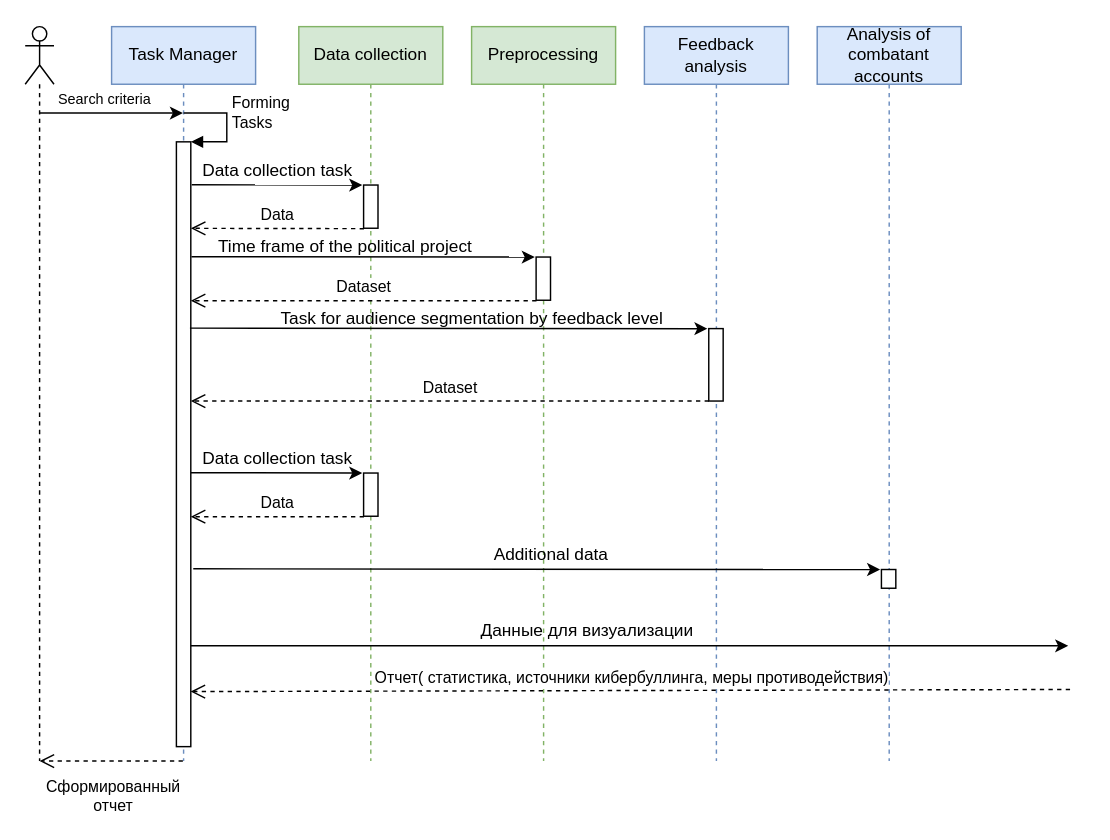
This is Copy of Методика кибербулинг Виткова.drawio.xml from LidiaISKIN/ISKIN, a draw.io file, before an edit. Source tidied: cells renumbered, new cells numbered last; positions are measured from the earlier drawing's top-left corner, leaving out a move shared by most shapes. Both pictures are drawn from the tidied source at 144%, with x=0, y=0 at pixel (24, 26).
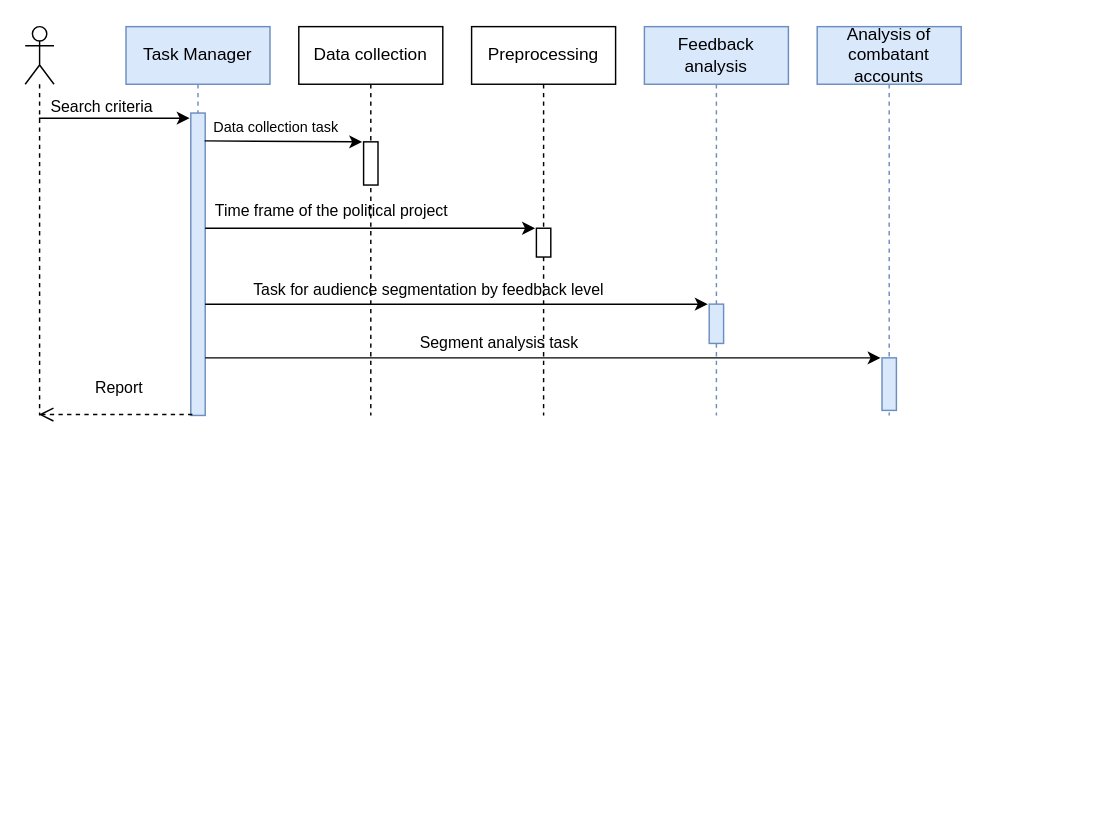
The same page after the edit.

What changed in the source:
```diff
@@
     <mxCell id="2" style="shape=umlLifeline;participant=umlActor;perimeter=lifelinePerimeter;whiteSpace=wrap;html=1;verticalAlign=top;spacingTop=36;outlineConnect=0;" parent="1" vertex="1">
-      <mxGeometry width="20" height="510" as="geometry" />
+      <mxGeometry width="20" height="270" as="geometry" />
     </mxCell>
     <mxCell id="3" value="Task Manager" style="shape=umlLifeline;perimeter=lifelinePerimeter;whiteSpace=wrap;html=1;outlineConnect=0;fillColor=#dae8fc;strokeColor=#6c8ebf;" parent="1" vertex="1">
-      <mxGeometry x="60" width="100" height="510" as="geometry" />
+      <mxGeometry x="70" width="100" height="270" as="geometry" />
     </mxCell>
-    <mxCell id="4" style="html=1;points=[];perimeter=orthogonalPerimeter;" parent="3" vertex="1">
-      <mxGeometry x="45" y="80" width="10" height="420" as="geometry" />
+    <mxCell id="4" style="html=1;points=[];perimeter=orthogonalPerimeter;fillColor=#dae8fc;strokeColor=#6c8ebf;" parent="3" vertex="1">
+      <mxGeometry x="45" y="60" width="10" height="210" as="geometry" />
     </mxCell>
-    <mxCell id="5" value="&lt;div&gt;Forming&lt;/div&gt;&lt;div&gt;Tasks&lt;/div&gt;" style="edgeStyle=orthogonalEdgeStyle;html=1;align=left;spacingLeft=2;endArrow=block;rounded=0;entryX=1;entryY=0;" parent="3" edge="1" target="4">
-      <mxGeometry x="-0.2" relative="1" as="geometry">
-        <mxPoint x="50" y="60" as="sourcePoint" />
-        <Array as="points">
-          <mxPoint x="80" y="60" />
-        </Array>
-      </mxGeometry>
-    </mxCell>
+    <mxCell id="18" value="&lt;font style=&quot;font-size: 10px;&quot;&gt;Data collection task&lt;/font&gt;" style="text;html=1;align=center;verticalAlign=middle;fontSize=10;" parent="3" vertex="1">
+      <mxGeometry x="54" y="60" width="100" height="20" as="geometry" />
+    </mxCell>
-    <mxCell id="6" value="Preprocessing" style="shape=umlLifeline;perimeter=lifelinePerimeter;whiteSpace=wrap;html=1;fillColor=#d5e8d4;strokeColor=#82b366;" parent="1" vertex="1">
-      <mxGeometry x="310" width="100" height="510" as="geometry" />
+    <mxCell id="6" value="Preprocessing" style="shape=umlLifeline;perimeter=lifelinePerimeter;whiteSpace=wrap;html=1;" parent="1" vertex="1">
+      <mxGeometry x="310" width="100" height="270" as="geometry" />
     </mxCell>
     <mxCell id="7" style="html=1;points=[];perimeter=orthogonalPerimeter;" parent="6" vertex="1">
-      <mxGeometry x="44.8" y="160" width="10" height="30" as="geometry" />
+      <mxGeometry x="45" y="140" width="10" height="20" as="geometry" />
     </mxCell>
+    <mxCell id="26" value="Segment analysis task" style="text;html=1;align=center;verticalAlign=middle;fontSize=11;" parent="6" vertex="1">
+      <mxGeometry x="-46" y="210" width="130" height="20" as="geometry" />
+    </mxCell>
     <mxCell id="8" value="Feedback analysis" style="shape=umlLifeline;perimeter=lifelinePerimeter;whiteSpace=wrap;html=1;fillColor=#dae8fc;strokeColor=#6c8ebf;" parent="1" vertex="1">
-      <mxGeometry x="430" width="100" height="510" as="geometry" />
+      <mxGeometry x="430" width="100" height="270" as="geometry" />
     </mxCell>
-    <mxCell id="9" style="html=1;points=[];perimeter=orthogonalPerimeter;" parent="8" vertex="1">
-      <mxGeometry x="44.7" y="209.7" width="10" height="50.3" as="geometry" />
+    <mxCell id="9" style="html=1;points=[];perimeter=orthogonalPerimeter;fillColor=#dae8fc;strokeColor=#6c8ebf;" parent="8" vertex="1">
+      <mxGeometry x="45" y="192.7" width="10" height="27.3" as="geometry" />
     </mxCell>
     <mxCell id="10" value="Analysis of combatant accounts" style="shape=umlLifeline;perimeter=lifelinePerimeter;whiteSpace=wrap;html=1;fillColor=#dae8fc;strokeColor=#6c8ebf;" parent="1" vertex="1">
-      <mxGeometry x="550" width="100" height="510" as="geometry" />
+      <mxGeometry x="550" width="100" height="270" as="geometry" />
     </mxCell>
-    <mxCell id="11" style="html=1;points=[];perimeter=orthogonalPerimeter;" parent="10" vertex="1">
-      <mxGeometry x="44.6" y="377" width="10" height="13" as="geometry" />
+    <mxCell id="11" style="html=1;points=[];perimeter=orthogonalPerimeter;fillColor=#dae8fc;strokeColor=#6c8ebf;" parent="10" vertex="1">
+      <mxGeometry x="45" y="230" width="10" height="36.5" as="geometry" />
     </mxCell>
-    <mxCell id="12" style="endArrow=classic;html=1;" parent="1" edge="1" target="3">
-      <mxGeometry relative="1" as="geometry">
-        <mxPoint x="10" y="60" as="sourcePoint" />
-      </mxGeometry>
+    <mxCell id="12" style="endArrow=classic;html=1;entryX=-0.074;entryY=0.017;entryDx=0;entryDy=0;entryPerimeter=0;" parent="1" edge="1" source="2" target="4">
+      <mxGeometry relative="1" as="geometry" />
     </mxCell>
-    <mxCell id="13" value="&lt;font style=&quot;font-size: 10px&quot;&gt;Search criteria&lt;/font&gt;" style="text;html=1;align=center;verticalAlign=middle;" parent="1" vertex="1">
-      <mxGeometry x="15" y="40" width="80" height="20" as="geometry" />
+    <mxCell id="13" value="&lt;font style=&quot;font-size: 11px;&quot;&gt;Search criteria&lt;/font&gt;" style="text;html=1;align=center;verticalAlign=middle;fontSize=11;" parent="1" vertex="1">
+      <mxGeometry x="8" y="46" width="90" height="20" as="geometry" />
     </mxCell>
-    <mxCell id="14" value="Data collection" style="shape=umlLifeline;perimeter=lifelinePerimeter;whiteSpace=wrap;html=1;fillColor=#d5e8d4;strokeColor=#82b366;" parent="1" vertex="1">
-      <mxGeometry x="190" width="100" height="510" as="geometry" />
+    <mxCell id="14" value="Data collection" style="shape=umlLifeline;perimeter=lifelinePerimeter;whiteSpace=wrap;html=1;" parent="1" vertex="1">
+      <mxGeometry x="190" width="100" height="270" as="geometry" />
     </mxCell>
     <mxCell id="15" style="html=1;points=[];perimeter=orthogonalPerimeter;" parent="14" vertex="1">
-      <mxGeometry x="45" y="110" width="10" height="30" as="geometry" />
+      <mxGeometry x="45" y="80" width="10" height="30" as="geometry" />
     </mxCell>
-    <mxCell id="16" style="html=1;points=[];perimeter=orthogonalPerimeter;" parent="14" vertex="1">
-      <mxGeometry x="45" y="310" width="10" height="30" as="geometry" />
-    </mxCell>
+    <mxCell id="24" value="Task for audience segmentation by feedback level" style="text;html=1;align=center;verticalAlign=middle;fontSize=11;" parent="14" vertex="1">
+      <mxGeometry x="-40" y="172.7" width="260" height="20" as="geometry" />
+    </mxCell>
-    <mxCell id="17" style="endArrow=classic;html=1;entryX=-0.094;entryY=0.001;entryDx=0;entryDy=0;entryPerimeter=0;exitX=1.065;exitY=0.071;exitDx=0;exitDy=0;exitPerimeter=0;" parent="1" edge="1" source="4" target="15">
+    <mxCell id="17" style="endArrow=classic;html=1;entryX=-0.094;entryY=0.001;entryDx=0;entryDy=0;entryPerimeter=0;exitX=0.963;exitY=0.092;exitDx=0;exitDy=0;exitPerimeter=0;" parent="1" edge="1" source="4" target="15">
       <mxGeometry relative="1" as="geometry" />
     </mxCell>
-    <mxCell id="18" value="Data collection task" style="text;html=1;align=center;verticalAlign=middle;" parent="1" vertex="1">
-      <mxGeometry x="115" y="90" width="120" height="20" as="geometry" />
-    </mxCell>
-    <mxCell id="19" value="Data" style="html=1;verticalAlign=bottom;endArrow=open;dashed=1;endSize=8;entryX=1.007;entryY=0.143;entryDx=0;entryDy=0;entryPerimeter=0;exitX=0.026;exitY=1.01;exitDx=0;exitDy=0;exitPerimeter=0;" parent="1" edge="1" source="15" target="4">
-      <mxGeometry relative="1" as="geometry" />
-    </mxCell>
-    <mxCell id="20" style="endArrow=classic;html=1;entryX=-0.094;entryY=0.001;entryDx=0;entryDy=0;entryPerimeter=0;exitX=1.046;exitY=0.19;exitDx=0;exitDy=0;exitPerimeter=0;" parent="1" edge="1" source="4" target="7">
+    <mxCell id="20" style="endArrow=classic;html=1;entryX=-0.094;entryY=0.001;entryDx=0;entryDy=0;entryPerimeter=0;" parent="1" edge="1" source="4" target="7">
       <mxGeometry relative="1" as="geometry" />
     </mxCell>
-    <mxCell id="21" value="Dataset" style="html=1;verticalAlign=bottom;endArrow=open;dashed=1;endSize=8;exitX=0.026;exitY=1.01;exitDx=0;exitDy=0;exitPerimeter=0;" parent="1" edge="1" source="7" target="4">
-      <mxGeometry relative="1" as="geometry" />
-    </mxCell>
+    <mxCell id="23" style="endArrow=classic;html=1;entryX=-0.094;entryY=0.001;entryDx=0;entryDy=0;entryPerimeter=0;" parent="1" edge="1" source="4" target="9">
+      <mxGeometry relative="1" as="geometry" />
+    </mxCell>
+    <mxCell id="25" style="endArrow=classic;html=1;entryX=-0.094;entryY=0.001;entryDx=0;entryDy=0;entryPerimeter=0;" parent="1" edge="1" source="4" target="11">
+      <mxGeometry relative="1" as="geometry" />
+    </mxCell>
+    <mxCell id="30" value="&lt;font style=&quot;font-size: 11px&quot;&gt;Report&lt;/font&gt;" style="html=1;verticalAlign=bottom;endArrow=open;dashed=1;endSize=8;exitX=0.11;exitY=0.997;exitDx=0;exitDy=0;exitPerimeter=0;" parent="1" edge="1" source="4" target="2">
+      <mxGeometry x="-0.04" y="-9" relative="1" as="geometry" />
+    </mxCell>
-    <mxCell id="22" value="Time frame of the political project" style="text;html=1;align=center;verticalAlign=middle;" parent="1" vertex="1">
-      <mxGeometry x="127" y="143" width="190" height="20" as="geometry" />
+    <mxCell id="22" value="&lt;span style=&quot;font-size: 11px;&quot;&gt;Time frame of the political project&lt;/span&gt;" style="text;html=1;strokeColor=none;fillColor=none;align=center;verticalAlign=middle;whiteSpace=wrap;rounded=0;fontSize=11;" parent="1" vertex="1">
+      <mxGeometry x="113" y="113" width="200" height="30" as="geometry" />
     </mxCell>
-    <mxCell id="23" style="endArrow=classic;html=1;entryX=-0.094;entryY=0.001;entryDx=0;entryDy=0;entryPerimeter=0;exitX=0.942;exitY=0.308;exitDx=0;exitDy=0;exitPerimeter=0;" parent="1" edge="1" source="4" target="9">
-      <mxGeometry relative="1" as="geometry" />
-    </mxCell>
-    <mxCell id="24" value="Task for audience segmentation by feedback level" style="text;html=1;align=center;verticalAlign=middle;" parent="1" vertex="1">
-      <mxGeometry x="170" y="192.7" width="280" height="20" as="geometry" />
-    </mxCell>
-    <mxCell id="25" style="endArrow=classic;html=1;entryX=-0.094;entryY=0.001;entryDx=0;entryDy=0;entryPerimeter=0;exitX=1.171;exitY=0.706;exitDx=0;exitDy=0;exitPerimeter=0;" parent="1" edge="1" source="4" target="11">
-      <mxGeometry relative="1" as="geometry" />
-    </mxCell>
-    <mxCell id="26" value="Additional data" style="text;html=1;align=center;verticalAlign=middle;" parent="1" vertex="1">
-      <mxGeometry x="320" y="357" width="90" height="20" as="geometry" />
-    </mxCell>
-    <mxCell id="27" style="endArrow=classic;html=1;entryX=-0.094;entryY=0.001;entryDx=0;entryDy=0;entryPerimeter=0;" parent="1" edge="1" source="4">
-      <mxGeometry relative="1" as="geometry">
-        <mxPoint x="724.3" y="430" as="targetPoint" />
-      </mxGeometry>
-    </mxCell>
-    <mxCell id="28" value="Отчет( статистика, источники кибербуллинга, меры противодействия)" style="html=1;verticalAlign=bottom;endArrow=open;dashed=1;endSize=8;exitX=0.026;exitY=1.01;exitDx=0;exitDy=0;exitPerimeter=0;entryX=0.986;entryY=0.909;entryDx=0;entryDy=0;entryPerimeter=0;" parent="1" edge="1" target="4">
-      <mxGeometry relative="1" as="geometry">
-        <mxPoint x="725.6" y="460.3" as="sourcePoint" />
-      </mxGeometry>
-    </mxCell>
-    <mxCell id="29" value="Данные для визуализации" style="text;html=1;align=center;verticalAlign=middle;" parent="1" vertex="1">
-      <mxGeometry x="310" y="410" width="160" height="20" as="geometry" />
-    </mxCell>
-    <mxCell id="30" value="Сформированный&lt;br&gt;отчет" style="html=1;verticalAlign=bottom;endArrow=open;dashed=1;endSize=8;" parent="1" edge="1" source="3">
-      <mxGeometry x="-0.01" y="40" relative="1" as="geometry">
-        <mxPoint x="10" y="510" as="targetPoint" />
-      </mxGeometry>
-    </mxCell>
-    <mxCell id="31" value="Data" style="html=1;verticalAlign=bottom;endArrow=open;dashed=1;endSize=8;exitX=0.026;exitY=1.01;exitDx=0;exitDy=0;exitPerimeter=0;" parent="1" edge="1" source="16" target="4">
-      <mxGeometry relative="1" as="geometry" />
-    </mxCell>
-    <mxCell id="32" style="endArrow=classic;html=1;entryX=-0.094;entryY=0.001;entryDx=0;entryDy=0;entryPerimeter=0;exitX=1.005;exitY=0.547;exitDx=0;exitDy=0;exitPerimeter=0;" parent="1" edge="1" source="4" target="16">
-      <mxGeometry relative="1" as="geometry" />
-    </mxCell>
-    <mxCell id="33" value="Data collection task" style="text;html=1;align=center;verticalAlign=middle;" parent="1" vertex="1">
-      <mxGeometry x="115" y="290" width="120" height="20" as="geometry" />
-    </mxCell>
-    <mxCell id="34" value="Dataset" style="html=1;verticalAlign=bottom;endArrow=open;dashed=1;endSize=8;exitX=0.012;exitY=1;exitDx=0;exitDy=0;exitPerimeter=0;" parent="1" edge="1" source="9" target="4">
-      <mxGeometry relative="1" as="geometry" />
-    </mxCell>
```
